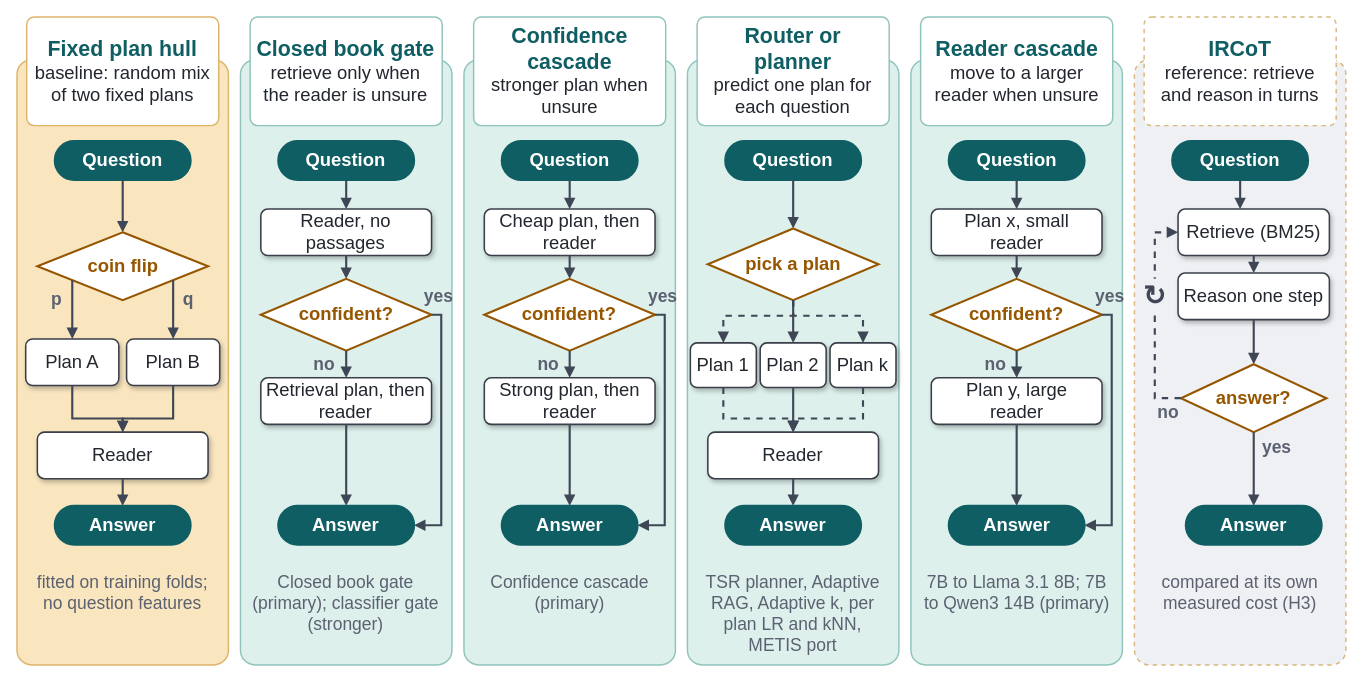
Before: results_full/figures_final/fig_policies.drawio in yasirsaleem-lab/FunnelPlan, a draw.io diagram. Source tidied: cells renumbered, new cells numbered last; positions are measured from the earlier drawing's top-left corner, leaving out a move shared by most shapes. Both pictures are drawn from the tidied source at 97%, with x=0, y=0 at pixel (16, 16).
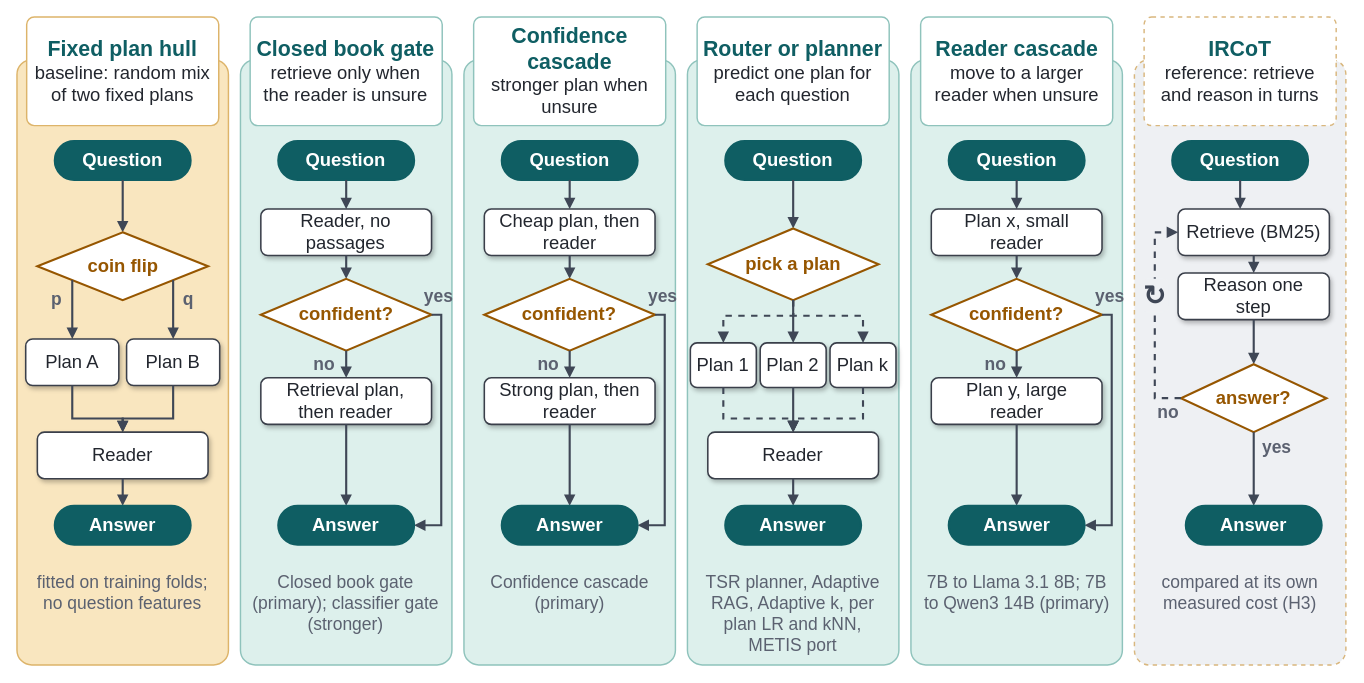
The same page after the edit.

Change to the diagram source:
```diff
@@
-    <mxCell id="41" value="&lt;font style=&quot;font-size:19px&quot; color=&quot;#22262E&quot;&gt;Retrieval plan, then&lt;/font&gt;&lt;br&gt;&lt;font style=&quot;font-size:19px&quot; color=&quot;#22262E&quot;&gt;reader&lt;/font&gt;" style="text;html=1;whiteSpace=wrap;fillColor=none;strokeColor=none;fontFamily=Helvetica;align=center;verticalAlign=middle;spacing=5;" parent="1" vertex="1">
+    <mxCell id="41" value="&lt;font style=&quot;font-size:19px&quot; color=&quot;#22262E&quot;&gt;Retrieval plan,&lt;/font&gt;&lt;br&gt;&lt;font style=&quot;font-size:19px&quot; color=&quot;#22262E&quot;&gt;then reader&lt;/font&gt;" style="text;html=1;whiteSpace=wrap;fillColor=none;strokeColor=none;fontFamily=Helvetica;align=center;verticalAlign=middle;spacing=5;" parent="1" vertex="1">
       <mxGeometry x="251.4" y="372" width="176" height="48" as="geometry" />
     </mxCell>
@@
-    <mxCell id="70" value="&lt;b&gt;&lt;font style=&quot;font-size:22px&quot; color=&quot;#0F5E63&quot;&gt;Router or&lt;/font&gt;&lt;/b&gt;&lt;br&gt;&lt;b&gt;&lt;font style=&quot;font-size:22px&quot; color=&quot;#0F5E63&quot;&gt;planner&lt;/font&gt;&lt;/b&gt;&lt;br&gt;&lt;font style=&quot;font-size:19px&quot; color=&quot;#22262E&quot;&gt;predict one plan for&lt;/font&gt;&lt;br&gt;&lt;font style=&quot;font-size:19px&quot; color=&quot;#22262E&quot;&gt;each question&lt;/font&gt;" style="text;html=1;whiteSpace=wrap;fillColor=none;strokeColor=none;fontFamily=Helvetica;align=center;verticalAlign=middle;spacing=6;" parent="1" vertex="1">
+    <mxCell id="70" value="&lt;b&gt;&lt;font style=&quot;font-size:22px&quot; color=&quot;#0F5E63&quot;&gt;Router or planner&lt;/font&gt;&lt;/b&gt;&lt;br&gt;&lt;font style=&quot;font-size:19px&quot; color=&quot;#22262E&quot;&gt;predict one plan for&lt;/font&gt;&lt;br&gt;&lt;font style=&quot;font-size:19px&quot; color=&quot;#22262E&quot;&gt;each question&lt;/font&gt;" style="text;html=1;whiteSpace=wrap;fillColor=none;strokeColor=none;fontFamily=Helvetica;align=center;verticalAlign=middle;spacing=6;" parent="1" vertex="1">
       <mxGeometry x="701.2" width="198" height="112" as="geometry" />
     </mxCell>
@@
-    <mxCell id="126" value="&lt;font style=&quot;font-size:19px&quot; color=&quot;#22262E&quot;&gt;Reason one step&lt;/font&gt;" style="text;html=1;whiteSpace=wrap;fillColor=none;strokeColor=none;fontFamily=Helvetica;align=center;verticalAlign=middle;spacing=5;" parent="1" vertex="1">
+    <mxCell id="126" value="&lt;font style=&quot;font-size:19px&quot; color=&quot;#22262E&quot;&gt;Reason one&lt;/font&gt;&lt;br&gt;&lt;font style=&quot;font-size:19px&quot; color=&quot;#22262E&quot;&gt;step&lt;/font&gt;" style="text;html=1;whiteSpace=wrap;fillColor=none;strokeColor=none;fontFamily=Helvetica;align=center;verticalAlign=middle;spacing=5;" parent="1" vertex="1">
       <mxGeometry x="1197" y="264" width="156" height="48" as="geometry" />
     </mxCell>
```
